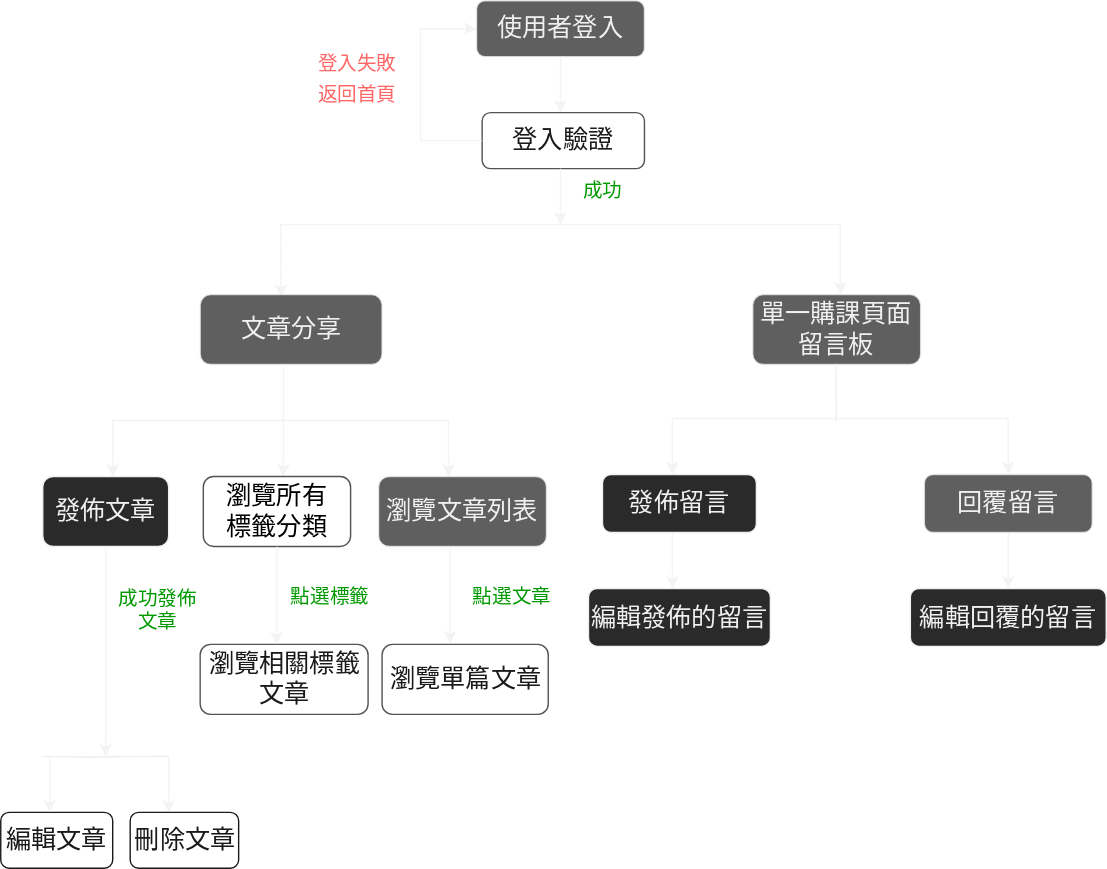
Above: manual/workflow/互動平台流程圖.drawio.svg in IIIEDUG02/SpecialTopic (draw.io), before the change. Source tidied: cells renumbered, new cells last; positions are measured from the earlier drawing's top-left corner, leaving out a move shared by most shapes.
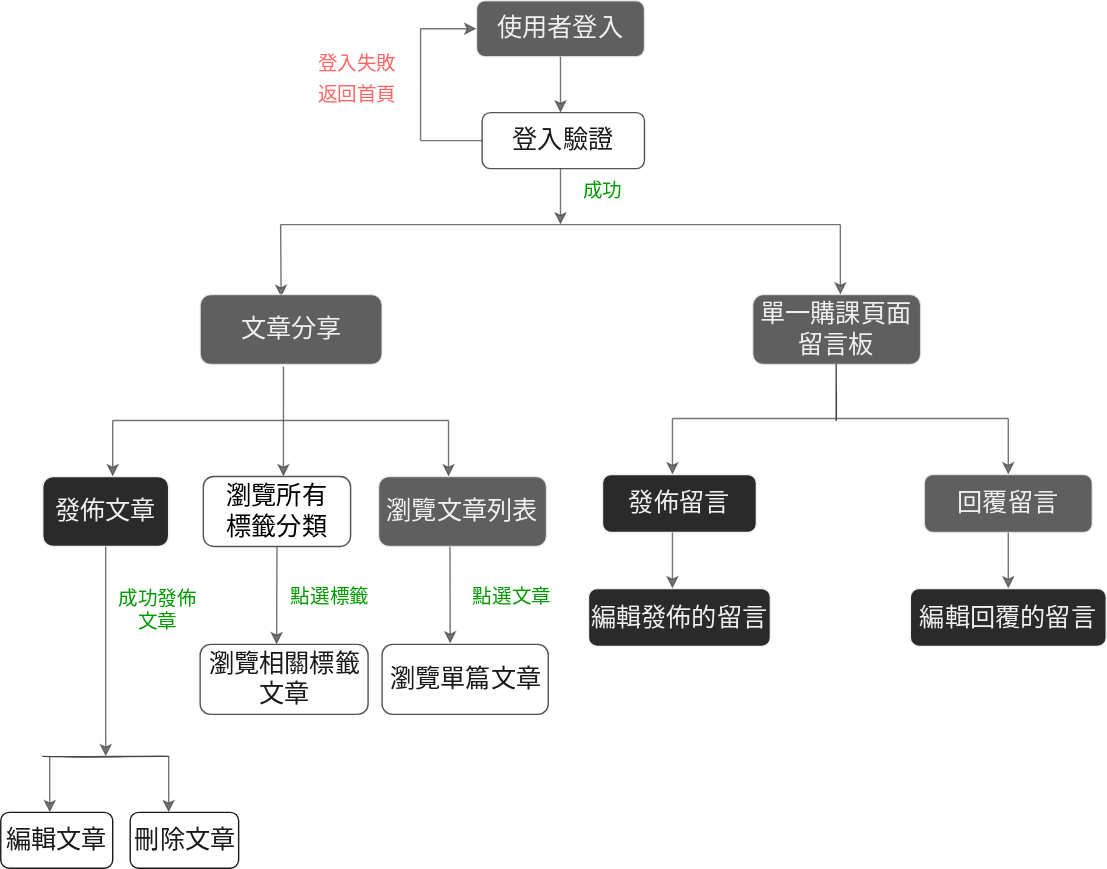
Above is the later version.

Diff of the diagram source:
```diff
@@ -5,13 +5,13 @@
     <mxCell id="2" value="&lt;font style=&quot;font-size: 18px&quot;&gt;使用者登入&lt;/font&gt;" style="rounded=1;whiteSpace=wrap;html=1;opacity=75;" parent="1" vertex="1">
       <mxGeometry x="340" width="120" height="40" as="geometry" />
     </mxCell>
-    <mxCell id="3" style="endArrow=none;html=1;rounded=0;fontSize=18;opacity=75;" parent="1" edge="1">
+    <mxCell id="3" style="endArrow=none;html=1;rounded=0;fontSize=18;opacity=75;strokeColor=#474747;" parent="1" edge="1">
       <mxGeometry relative="1" as="geometry">
         <mxPoint x="200" y="160" as="sourcePoint" />
         <mxPoint x="600" y="160" as="targetPoint" />
       </mxGeometry>
     </mxCell>
-    <mxCell id="4" style="endArrow=classic;html=1;rounded=0;fontSize=18;entryX=0.445;entryY=0.036;entryDx=0;entryDy=0;entryPerimeter=0;opacity=75;" parent="1" edge="1" target="5">
+    <mxCell id="4" style="endArrow=classic;html=1;rounded=0;fontSize=18;entryX=0.445;entryY=0.036;entryDx=0;entryDy=0;entryPerimeter=0;opacity=75;strokeColor=#474747;" parent="1" edge="1" target="5">
       <mxGeometry relative="1" as="geometry">
         <mxPoint x="200" y="160" as="sourcePoint" />
       </mxGeometry>
@@ -28,19 +28,19 @@
     <mxCell id="8" value="&lt;font style=&quot;font-size: 18px&quot;&gt;發佈文章&lt;/font&gt;" style="rounded=1;whiteSpace=wrap;html=1;fontSize=18;" parent="1" vertex="1">
       <mxGeometry x="30" y="340" width="90" height="50" as="geometry" />
     </mxCell>
-    <mxCell id="9" style="endArrow=classic;html=1;rounded=0;fontSize=18;opacity=75;" parent="1" edge="1">
+    <mxCell id="9" style="endArrow=classic;html=1;rounded=0;fontSize=18;opacity=75;strokeColor=#474747;" parent="1" edge="1">
       <mxGeometry relative="1" as="geometry">
         <mxPoint x="320" y="300" as="sourcePoint" />
         <mxPoint x="320" y="340" as="targetPoint" />
       </mxGeometry>
     </mxCell>
-    <mxCell id="10" style="endArrow=none;html=1;rounded=0;fontSize=18;opacity=75;" parent="1" edge="1">
+    <mxCell id="10" style="endArrow=none;html=1;rounded=0;fontSize=18;opacity=75;strokeColor=#474747;" parent="1" edge="1">
       <mxGeometry relative="1" as="geometry">
         <mxPoint x="80" y="300" as="sourcePoint" />
         <mxPoint x="320" y="300" as="targetPoint" />
       </mxGeometry>
     </mxCell>
-    <mxCell id="11" style="endArrow=classic;html=1;rounded=0;fontSize=18;opacity=75;" parent="1" edge="1">
+    <mxCell id="11" style="endArrow=classic;html=1;rounded=0;fontSize=18;opacity=75;strokeColor=#474747;" parent="1" edge="1">
       <mxGeometry relative="1" as="geometry">
         <mxPoint x="80" y="300" as="sourcePoint" />
         <mxPoint x="80" y="340" as="targetPoint" />
@@ -49,19 +49,19 @@
     <mxCell id="12" value="&lt;font color=&quot;#009900&quot; style=&quot;font-size: 14px&quot;&gt;成功&lt;/font&gt;" style="text;html=1;align=center;verticalAlign=middle;strokeColor=none;fillColor=none;fontSize=18;opacity=75;" parent="1" vertex="1">
       <mxGeometry x="410" y="120" width="40" height="30" as="geometry" />
     </mxCell>
-    <mxCell id="13" style="endArrow=classic;html=1;rounded=0;fontSize=18;opacity=75;" parent="1" edge="1">
+    <mxCell id="13" style="endArrow=classic;html=1;rounded=0;fontSize=18;opacity=75;strokeColor=#474747;" parent="1" edge="1">
       <mxGeometry relative="1" as="geometry">
         <mxPoint x="300" y="20" as="sourcePoint" />
         <mxPoint x="340" y="20" as="targetPoint" />
       </mxGeometry>
     </mxCell>
-    <mxCell id="14" style="endArrow=none;html=1;rounded=0;fontSize=18;opacity=75;" parent="1" edge="1">
+    <mxCell id="14" style="endArrow=none;html=1;rounded=0;fontSize=18;opacity=75;strokeColor=#474747;" parent="1" edge="1">
       <mxGeometry relative="1" as="geometry">
         <mxPoint x="300" y="60" as="sourcePoint" />
         <mxPoint x="300" y="100" as="targetPoint" />
       </mxGeometry>
     </mxCell>
-    <mxCell id="15" style="endArrow=none;html=1;rounded=0;fontSize=18;opacity=75;" parent="1" edge="1">
+    <mxCell id="15" style="endArrow=none;html=1;rounded=0;fontSize=18;opacity=75;strokeColor=#4A4A4A;" parent="1" edge="1">
       <mxGeometry relative="1" as="geometry">
         <mxPoint x="300" y="60" as="sourcePoint" />
         <mxPoint x="300" y="20" as="targetPoint" />
@@ -70,7 +70,7 @@
     <mxCell id="16" value="&lt;font color=&quot;#ff6666&quot; style=&quot;font-size: 14px&quot;&gt;登入失敗&lt;br&gt;返回首頁&lt;/font&gt;" style="text;html=1;strokeColor=none;fillColor=none;align=center;verticalAlign=middle;whiteSpace=wrap;rounded=0;fontSize=18;opacity=75;" parent="1" vertex="1">
       <mxGeometry x="180" y="40" width="150" height="30" as="geometry" />
     </mxCell>
-    <mxCell id="17" style="endArrow=classic;html=1;rounded=0;fontSize=18;fontColor=#FF3333;exitX=0.5;exitY=1;exitDx=0;exitDy=0;opacity=75;" parent="1" edge="1" source="2">
+    <mxCell id="17" style="endArrow=classic;html=1;rounded=0;fontSize=18;fontColor=#FF3333;exitX=0.5;exitY=1;exitDx=0;exitDy=0;opacity=75;strokeColor=#474747;" parent="1" edge="1" source="2">
       <mxGeometry relative="1" as="geometry">
         <mxPoint x="400" y="80" as="targetPoint" />
       </mxGeometry>
@@ -78,13 +78,13 @@
     <mxCell id="18" value="&lt;font color=&quot;#1a1a1a&quot;&gt;登入驗證&lt;/font&gt;" style="rounded=1;whiteSpace=wrap;html=1;fontSize=18;fontColor=#FF3333;strokeColor=#1A1A1A;fillColor=#FFFFFF;opacity=75;" parent="1" vertex="1">
       <mxGeometry x="344" y="80" width="116" height="40" as="geometry" />
     </mxCell>
-    <mxCell id="19" style="endArrow=classic;html=1;rounded=0;fontSize=18;fontColor=#FF3333;opacity=75;" parent="1" edge="1">
+    <mxCell id="19" style="endArrow=classic;html=1;rounded=0;fontSize=18;fontColor=#FF3333;opacity=75;strokeColor=#474747;" parent="1" edge="1">
       <mxGeometry relative="1" as="geometry">
         <mxPoint x="400" y="120" as="sourcePoint" />
         <mxPoint x="400" y="160" as="targetPoint" />
       </mxGeometry>
     </mxCell>
-    <mxCell id="20" style="endArrow=none;html=1;rounded=0;fontSize=18;fontColor=#1A1A1A;entryX=0;entryY=0.5;entryDx=0;entryDy=0;opacity=75;" parent="1" edge="1" target="18">
+    <mxCell id="20" style="endArrow=none;html=1;rounded=0;fontSize=18;fontColor=#1A1A1A;entryX=0;entryY=0.5;entryDx=0;entryDy=0;opacity=75;strokeColor=#474747;" parent="1" edge="1" target="18">
       <mxGeometry relative="1" as="geometry">
         <mxPoint x="300" y="100" as="sourcePoint" />
       </mxGeometry>
@@ -92,7 +92,7 @@
     <mxCell id="21" value="&lt;font color=&quot;#1a1a1a&quot;&gt;瀏覽單篇文章&lt;/font&gt;" style="rounded=1;whiteSpace=wrap;html=1;fontSize=18;fontColor=#FF6666;strokeColor=#1A1A1A;fillColor=#FFFFFF;opacity=75;" parent="1" vertex="1">
       <mxGeometry x="272.5" y="460" width="118.8" height="50" as="geometry" />
     </mxCell>
-    <mxCell id="22" style="endArrow=classic;html=1;rounded=0;fontSize=18;fontColor=#FF6666;exitX=0.458;exitY=1.028;exitDx=0;exitDy=0;exitPerimeter=0;opacity=75;" parent="1" edge="1" source="5">
+    <mxCell id="22" style="endArrow=classic;html=1;rounded=0;fontSize=18;fontColor=#FF6666;exitX=0.458;exitY=1.028;exitDx=0;exitDy=0;exitPerimeter=0;opacity=75;strokeColor=#474747;" parent="1" edge="1" source="5">
       <mxGeometry relative="1" as="geometry">
         <mxPoint x="202" y="340" as="targetPoint" />
       </mxGeometry>
@@ -100,7 +100,7 @@
     <mxCell id="23" value="&lt;font style=&quot;font-size: 18px&quot; color=&quot;#000000&quot;&gt;瀏覽所有&lt;br&gt;標籤分類&lt;/font&gt;" style="rounded=1;whiteSpace=wrap;html=1;fontSize=18;fontColor=#FF6666;strokeColor=#1A1A1A;fillColor=#FFFFFF;opacity=75;" parent="1" vertex="1">
       <mxGeometry x="144.8" y="340" width="105.2" height="50" as="geometry" />
     </mxCell>
-    <mxCell id="24" style="endArrow=classic;html=1;rounded=0;fontSize=18;fontColor=#1A1A1A;entryX=0.41;entryY=-0.012;entryDx=0;entryDy=0;entryPerimeter=0;opacity=75;" parent="1" edge="1" target="21">
+    <mxCell id="24" style="endArrow=classic;html=1;rounded=0;fontSize=18;fontColor=#1A1A1A;entryX=0.41;entryY=-0.012;entryDx=0;entryDy=0;entryPerimeter=0;opacity=75;strokeColor=#474747;" parent="1" edge="1" target="21">
       <mxGeometry relative="1" as="geometry">
         <mxPoint x="321" y="390" as="sourcePoint" />
       </mxGeometry>
@@ -108,7 +108,7 @@
     <mxCell id="25" value="&lt;font color=&quot;#1a1a1a&quot;&gt;瀏覽相關標籤文章&lt;/font&gt;" style="rounded=1;whiteSpace=wrap;html=1;fontSize=18;fontColor=#FF6666;strokeColor=#1A1A1A;fillColor=#FFFFFF;opacity=75;" parent="1" vertex="1">
       <mxGeometry x="142.5" y="460" width="120" height="50" as="geometry" />
     </mxCell>
-    <mxCell id="26" style="endArrow=classic;html=1;rounded=0;fontSize=18;fontColor=#1A1A1A;exitX=0.5;exitY=1;exitDx=0;exitDy=0;opacity=75;" parent="1" edge="1" source="23">
+    <mxCell id="26" style="endArrow=classic;html=1;rounded=0;fontSize=18;fontColor=#1A1A1A;exitX=0.5;exitY=1;exitDx=0;exitDy=0;opacity=75;strokeColor=#474747;" parent="1" edge="1" source="23">
       <mxGeometry relative="1" as="geometry">
         <mxPoint x="197.1" y="460" as="targetPoint" />
       </mxGeometry>
@@ -122,13 +122,13 @@
     <mxCell id="29" value="&lt;font style=&quot;font-size: 18px&quot;&gt;編輯文章&lt;/font&gt;" style="rounded=1;whiteSpace=wrap;html=1;fontSize=18;fontColor=#1A1A1A;strokeColor=#1A1A1A;fillColor=#FFFFFF;" parent="1" vertex="1">
       <mxGeometry y="580" width="80" height="40" as="geometry" />
     </mxCell>
-    <mxCell id="30" style="endArrow=none;html=1;rounded=0;sketch=1;fontSize=18;fontColor=#1A1A1A;" parent="1" edge="1">
+    <mxCell id="30" style="endArrow=none;html=1;rounded=0;sketch=1;fontSize=18;fontColor=#1A1A1A;strokeColor=#474747;" parent="1" edge="1">
       <mxGeometry relative="1" as="geometry">
         <mxPoint x="30" y="540" as="sourcePoint" />
         <mxPoint x="120" y="540" as="targetPoint" />
       </mxGeometry>
     </mxCell>
-    <mxCell id="31" style="endArrow=classic;html=1;rounded=0;fontSize=18;opacity=75;entryX=0.438;entryY=0;entryDx=0;entryDy=0;entryPerimeter=0;" parent="1" edge="1" target="29">
+    <mxCell id="31" style="endArrow=classic;html=1;rounded=0;fontSize=18;opacity=75;entryX=0.438;entryY=0;entryDx=0;entryDy=0;entryPerimeter=0;strokeColor=#474747;" parent="1" edge="1" target="29">
       <mxGeometry relative="1" as="geometry">
         <mxPoint x="35" y="540" as="sourcePoint" />
       </mxGeometry>
@@ -136,12 +136,12 @@
     <mxCell id="32" value="&lt;font style=&quot;font-size: 14px&quot; color=&quot;#009900&quot;&gt;成功發佈&lt;br&gt;文章&lt;/font&gt;" style="text;html=1;strokeColor=none;fillColor=none;align=center;verticalAlign=middle;whiteSpace=wrap;rounded=0;fontSize=14;fontColor=#1A1A1A;" parent="1" vertex="1">
       <mxGeometry x="70" y="420" width="85.2" height="30" as="geometry" />
     </mxCell>
-    <mxCell id="33" style="endArrow=classic;html=1;rounded=0;fontSize=18;fontColor=#1A1A1A;opacity=75;exitX=0.5;exitY=1;exitDx=0;exitDy=0;" parent="1" edge="1" source="8">
+    <mxCell id="33" style="endArrow=classic;html=1;rounded=0;fontSize=18;fontColor=#1A1A1A;opacity=75;exitX=0.5;exitY=1;exitDx=0;exitDy=0;strokeColor=#474747;" parent="1" edge="1" source="8">
       <mxGeometry relative="1" as="geometry">
         <mxPoint x="75" y="540" as="targetPoint" />
       </mxGeometry>
     </mxCell>
-    <mxCell id="34" style="endArrow=classic;html=1;rounded=0;fontSize=18;opacity=75;" parent="1" edge="1">
+    <mxCell id="34" style="endArrow=classic;html=1;rounded=0;fontSize=18;opacity=75;strokeColor=#474747;" parent="1" edge="1">
       <mxGeometry relative="1" as="geometry">
         <mxPoint x="120" y="540" as="sourcePoint" />
         <mxPoint x="120" y="580" as="targetPoint" />
@@ -156,31 +156,31 @@
     <mxCell id="37" value="發佈留言" style="rounded=1;whiteSpace=wrap;html=1;fontSize=18;" parent="1" vertex="1">
       <mxGeometry x="430" y="338.6" width="110" height="41.4" as="geometry" />
     </mxCell>
-    <mxCell id="38" style="endArrow=classic;html=1;rounded=0;fontSize=18;opacity=75;" parent="1" edge="1">
+    <mxCell id="38" style="endArrow=classic;html=1;rounded=0;fontSize=18;opacity=75;strokeColor=#474747;" parent="1" edge="1">
       <mxGeometry relative="1" as="geometry">
         <mxPoint x="720" y="298.6" as="sourcePoint" />
         <mxPoint x="720" y="338.6" as="targetPoint" />
       </mxGeometry>
     </mxCell>
-    <mxCell id="39" style="endArrow=none;html=1;rounded=0;fontSize=18;opacity=75;" parent="1" edge="1">
+    <mxCell id="39" style="endArrow=none;html=1;rounded=0;fontSize=18;opacity=75;strokeColor=#474747;" parent="1" edge="1">
       <mxGeometry relative="1" as="geometry">
         <mxPoint x="480" y="298.6" as="sourcePoint" />
         <mxPoint x="720" y="298.6" as="targetPoint" />
       </mxGeometry>
     </mxCell>
-    <mxCell id="40" style="endArrow=classic;html=1;rounded=0;fontSize=18;opacity=75;" parent="1" edge="1">
+    <mxCell id="40" style="endArrow=classic;html=1;rounded=0;fontSize=18;opacity=75;strokeColor=#474747;" parent="1" edge="1">
       <mxGeometry relative="1" as="geometry">
         <mxPoint x="480" y="298.6" as="sourcePoint" />
         <mxPoint x="480" y="338.6" as="targetPoint" />
       </mxGeometry>
     </mxCell>
-    <mxCell id="41" style="endArrow=classic;html=1;rounded=0;fontSize=18;opacity=75;" parent="1" edge="1">
+    <mxCell id="41" style="endArrow=classic;html=1;rounded=0;fontSize=18;opacity=75;strokeColor=#474747;" parent="1" edge="1">
       <mxGeometry relative="1" as="geometry">
         <mxPoint x="600" y="160" as="sourcePoint" />
         <mxPoint x="600" y="210" as="targetPoint" />
       </mxGeometry>
     </mxCell>
-    <mxCell id="42" style="endArrow=none;html=1;rounded=0;sketch=1;fontSize=14;fontColor=#009900;" parent="1" edge="1">
+    <mxCell id="42" style="endArrow=none;html=1;rounded=0;sketch=1;fontSize=14;fontColor=#009900;strokeColor=#474747;" parent="1" edge="1">
       <mxGeometry relative="1" as="geometry">
         <mxPoint x="597" y="300" as="sourcePoint" />
         <mxPoint x="597" y="260" as="targetPoint" />
@@ -189,7 +189,7 @@
     <mxCell id="43" value="編輯發佈的留言" style="rounded=1;whiteSpace=wrap;html=1;fontSize=18;" parent="1" vertex="1">
       <mxGeometry x="420" y="420" width="130" height="41.4" as="geometry" />
     </mxCell>
-    <mxCell id="44" style="endArrow=classic;html=1;rounded=0;fontSize=18;opacity=75;" parent="1" edge="1">
+    <mxCell id="44" style="endArrow=classic;html=1;rounded=0;fontSize=18;opacity=75;strokeColor=#474747;" parent="1" edge="1">
       <mxGeometry relative="1" as="geometry">
         <mxPoint x="480" y="380" as="sourcePoint" />
         <mxPoint x="480" y="420" as="targetPoint" />
@@ -198,7 +198,7 @@
     <mxCell id="45" value="編輯回覆的留言" style="rounded=1;whiteSpace=wrap;html=1;fontSize=18;" parent="1" vertex="1">
       <mxGeometry x="650" y="420" width="140" height="41.4" as="geometry" />
     </mxCell>
-    <mxCell id="46" style="endArrow=classic;html=1;rounded=0;fontSize=18;opacity=75;" parent="1" edge="1">
+    <mxCell id="46" style="endArrow=classic;html=1;rounded=0;fontSize=18;opacity=75;strokeColor=#474747;" parent="1" edge="1">
       <mxGeometry relative="1" as="geometry">
         <mxPoint x="720" y="380" as="sourcePoint" />
         <mxPoint x="720" y="420" as="targetPoint" />
```
